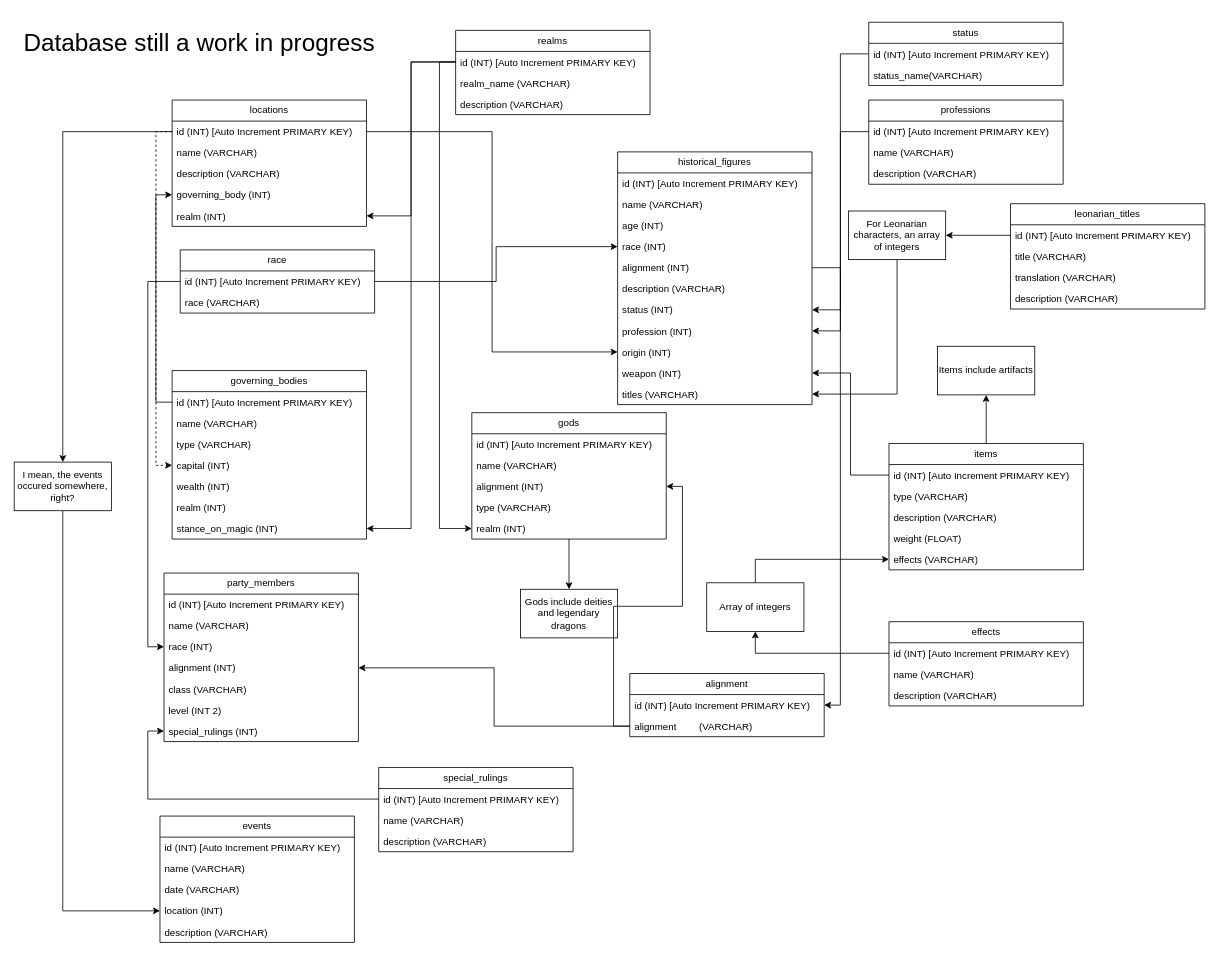
Above: Documentation/Database Flowchart.drawio in Arhan-Baltes11/World-of-Aerthius-DnD-Database-and-Handler (draw.io), before the change. Source tidied: cells renumbered, new cells numbered last; positions are measured from the earlier drawing's top-left corner, leaving out a move shared by most shapes. Both pictures are drawn from the tidied source at 81%, with x=0, y=0 at pixel (14, 14).
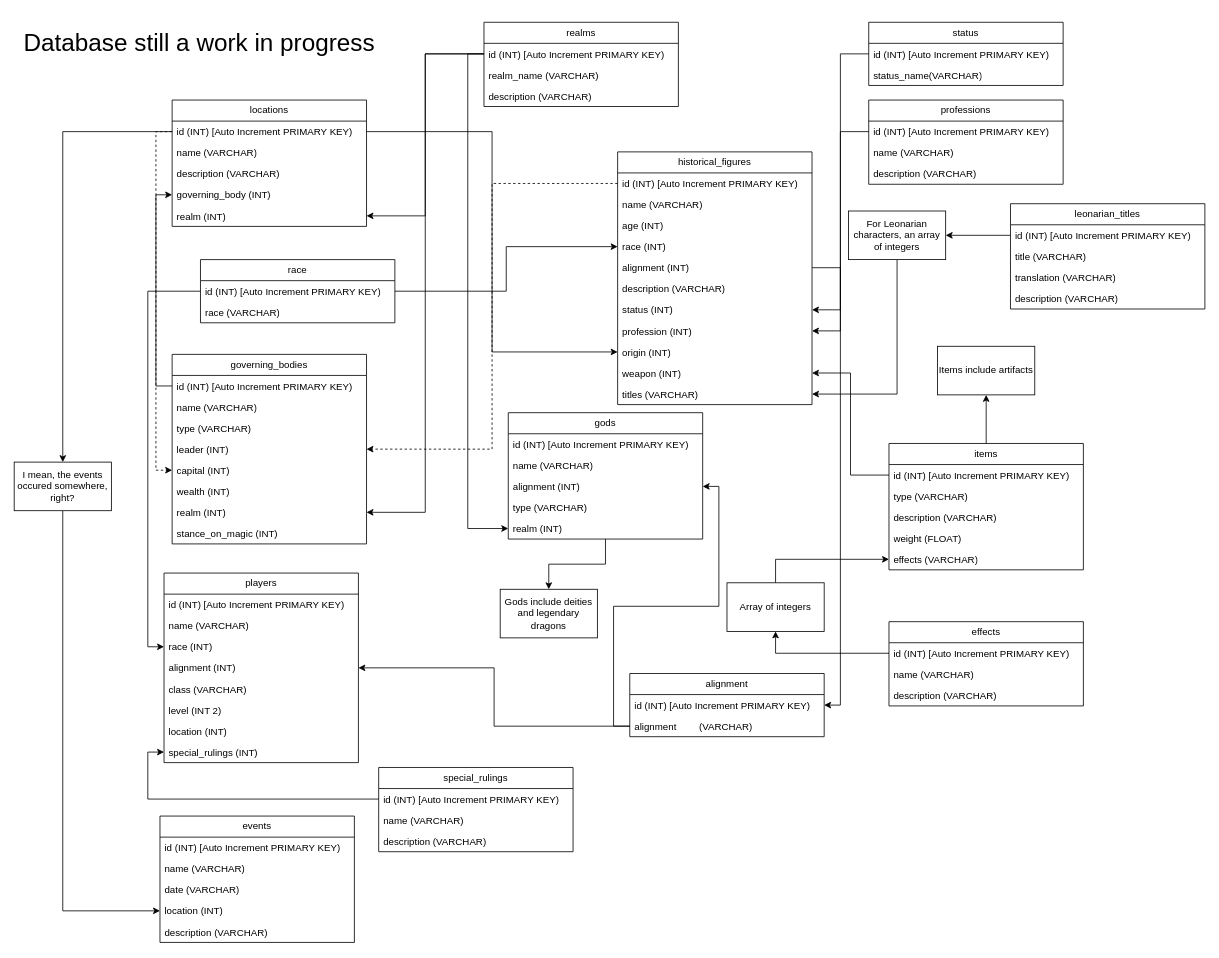
The same diagram, later.

The change refers to these unchanged cells:
```xml
<mxCell id="25" value="id (INT) [Auto Increment PRIMARY KEY)" style="text;strokeColor=none;fillColor=none;align=left;verticalAlign=top;spacingLeft=4;spacingRight=4;overflow=hidden;points=[[0,0.5],[1,0.5]];portConstraint=eastwest;whiteSpace=wrap;html=1;" parent="24" vertex="1">
  <mxGeometry y="26" width="240" height="26" as="geometry" />
</mxCell>
<mxCell id="33" value="id (INT) [Auto Increment PRIMARY KEY)" style="text;strokeColor=none;fillColor=none;align=left;verticalAlign=top;spacingLeft=4;spacingRight=4;overflow=hidden;points=[[0,0.5],[1,0.5]];portConstraint=eastwest;whiteSpace=wrap;html=1;" parent="32" vertex="1">
  <mxGeometry y="26" width="240" height="26" as="geometry" />
</mxCell>
```

Change to the diagram source:
```diff
@@
-    <mxCell id="2" value="party_members" style="swimlane;fontStyle=0;horizontal=1;startSize=26;fillColor=none;whiteSpace=wrap;html=1;" parent="1" vertex="1">
-      <mxGeometry x="185" y="690" width="240" height="208" as="geometry" />
+    <mxCell id="2" value="players" style="swimlane;fontStyle=0;horizontal=1;startSize=26;fillColor=none;whiteSpace=wrap;html=1;" parent="1" vertex="1">
+      <mxGeometry x="185" y="690" width="240" height="234" as="geometry" />
     </mxCell>
@@
+    <mxCell id="113" value="location (INT)" style="text;strokeColor=none;fillColor=none;align=left;verticalAlign=top;spacingLeft=4;spacingRight=4;overflow=hidden;whiteSpace=wrap;html=1;" parent="2" vertex="1">
+      <mxGeometry y="182" width="240" height="26" as="geometry" />
+    </mxCell>
     <mxCell id="9" value="special_rulings (INT)" style="text;strokeColor=none;fillColor=none;align=left;verticalAlign=top;spacingLeft=4;spacingRight=4;overflow=hidden;points=[[0,0.5],[1,0.5]];portConstraint=eastwest;whiteSpace=wrap;html=1;" parent="2" vertex="1">
-      <mxGeometry y="182" width="240" height="26" as="geometry" />
+      <mxGeometry y="208" width="240" height="26" as="geometry" />
     </mxCell>
@@
     <mxCell id="16" value="governing_bodies" style="swimlane;fontStyle=0;horizontal=1;startSize=26;fillColor=none;whiteSpace=wrap;html=1;" parent="1" vertex="1">
-      <mxGeometry x="195" y="440" width="240" height="208" as="geometry" />
+      <mxGeometry x="195" y="420" width="240" height="234" as="geometry" />
     </mxCell>
@@
+    <mxCell id="114" value="leader (INT)" style="text;strokeColor=none;fillColor=none;align=left;verticalAlign=top;spacingLeft=4;spacingRight=4;overflow=hidden;points=[[0,0.5],[1,0.5]];portConstraint=eastwest;whiteSpace=wrap;html=1;" parent="16" vertex="1">
+      <mxGeometry y="104" width="240" height="26" as="geometry" />
+    </mxCell>
     <mxCell id="20" value="capital (INT)" style="text;strokeColor=none;fillColor=none;align=left;verticalAlign=top;spacingLeft=4;spacingRight=4;overflow=hidden;points=[[0,0.5],[1,0.5]];portConstraint=eastwest;whiteSpace=wrap;html=1;" parent="16" vertex="1">
-      <mxGeometry y="104" width="240" height="26" as="geometry" />
+      <mxGeometry y="130" width="240" height="26" as="geometry" />
     </mxCell>
     <mxCell id="21" value="wealth (INT)" style="text;strokeColor=none;fillColor=none;align=left;verticalAlign=top;spacingLeft=4;spacingRight=4;overflow=hidden;whiteSpace=wrap;html=1;" parent="16" vertex="1">
-      <mxGeometry y="130" width="240" height="26" as="geometry" />
+      <mxGeometry y="156" width="240" height="26" as="geometry" />
     </mxCell>
     <mxCell id="22" value="realm (INT)" style="text;strokeColor=none;fillColor=none;align=left;verticalAlign=top;spacingLeft=4;spacingRight=4;overflow=hidden;points=[[0,0.5],[1,0.5]];portConstraint=eastwest;whiteSpace=wrap;html=1;" parent="16" vertex="1">
-      <mxGeometry y="156" width="240" height="26" as="geometry" />
+      <mxGeometry y="182" width="240" height="26" as="geometry" />
     </mxCell>
     <mxCell id="23" value="stance_on_magic (INT)" style="text;strokeColor=none;fillColor=none;align=left;verticalAlign=top;spacingLeft=4;spacingRight=4;overflow=hidden;points=[[0,0.5],[1,0.5]];portConstraint=eastwest;whiteSpace=wrap;html=1;" parent="16" vertex="1">
-      <mxGeometry y="182" width="240" height="26" as="geometry" />
+      <mxGeometry y="208" width="240" height="26" as="geometry" />
     </mxCell>
     <mxCell id="24" value="realms" style="swimlane;fontStyle=0;horizontal=1;startSize=26;fillColor=none;whiteSpace=wrap;html=1;" parent="1" vertex="1">
-      <mxGeometry x="545" y="20" width="240" height="104" as="geometry" />
+      <mxGeometry x="580" y="10" width="240" height="104" as="geometry" />
     </mxCell>
@@
-    <mxCell id="29" style="edgeStyle=orthogonalEdgeStyle;rounded=0;jettySize=auto;html=1;exitX=0;exitY=0.5;exitDx=0;exitDy=0;entryX=1;entryY=0.5;entryDx=0;entryDy=0;" parent="1" edge="1" source="25" target="23">
+    <mxCell id="29" style="edgeStyle=orthogonalEdgeStyle;rounded=0;jettySize=auto;html=1;exitX=0;exitY=0.5;exitDx=0;exitDy=0;entryX=1;entryY=0.5;entryDx=0;entryDy=0;" parent="1" edge="1" source="25" target="22">
       <mxGeometry relative="1" as="geometry" />
     </mxCell>
@@
     <mxCell id="64" value="Array of integers" style="rounded=0;whiteSpace=wrap;html=1;" parent="1" vertex="1">
-      <mxGeometry x="855" y="702" width="120" height="60" as="geometry" />
+      <mxGeometry x="880" y="702" width="120" height="60" as="geometry" />
     </mxCell>
@@
     <mxCell id="71" value="gods" style="swimlane;fontStyle=0;horizontal=1;startSize=26;fillColor=none;whiteSpace=wrap;html=1;" parent="1" vertex="1">
-      <mxGeometry x="565" y="492" width="240" height="156" as="geometry" />
+      <mxGeometry x="610" y="492" width="240" height="156" as="geometry" />
     </mxCell>
@@
     <mxCell id="78" value="Gods include deities and legendary dragons" style="whiteSpace=wrap;html=1;fillColor=none;fontStyle=0;startSize=26;" parent="1" vertex="1">
-      <mxGeometry x="625" y="710" width="120" height="60" as="geometry" />
+      <mxGeometry x="600" y="710" width="120" height="60" as="geometry" />
     </mxCell>
     <mxCell id="79" value="race" style="swimlane;fontStyle=0;horizontal=1;startSize=26;fillColor=none;whiteSpace=wrap;html=1;" parent="1" vertex="1">
-      <mxGeometry x="205" y="291" width="240" height="78" as="geometry" />
+      <mxGeometry x="230" y="303" width="240" height="78" as="geometry" />
     </mxCell>
@@
+    <mxCell id="115" style="edgeStyle=orthogonalEdgeStyle;rounded=0;jettySize=auto;html=1;exitX=0;exitY=0.5;exitDx=0;exitDy=0;entryX=1;entryY=0.5;entryDx=0;entryDy=0;dashed=1;" parent="1" edge="1" source="33" target="114">
+      <mxGeometry relative="1" as="geometry" />
+    </mxCell>
```
